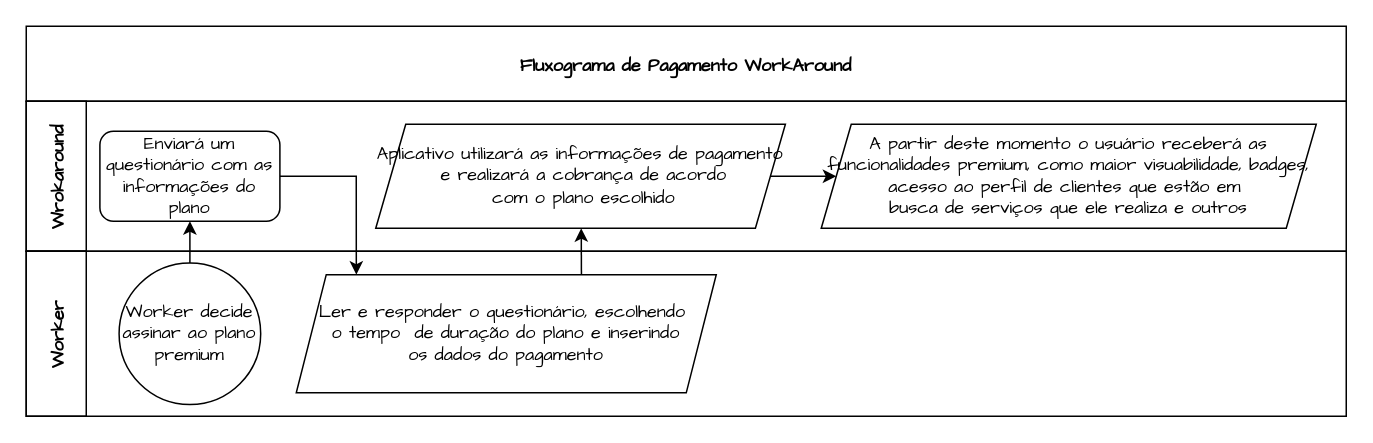
Earlier version of the draw.io diagram Fluxograma de Pagamento.drawio (vichelly/WorkAround_B2C). Source tidied: cells renumbered, new cells numbered last; positions are measured from the earlier drawing's top-left corner, leaving out a move shared by most shapes. Both pictures are drawn from the tidied source at 150%, with x=0, y=0 at pixel (26, 26).
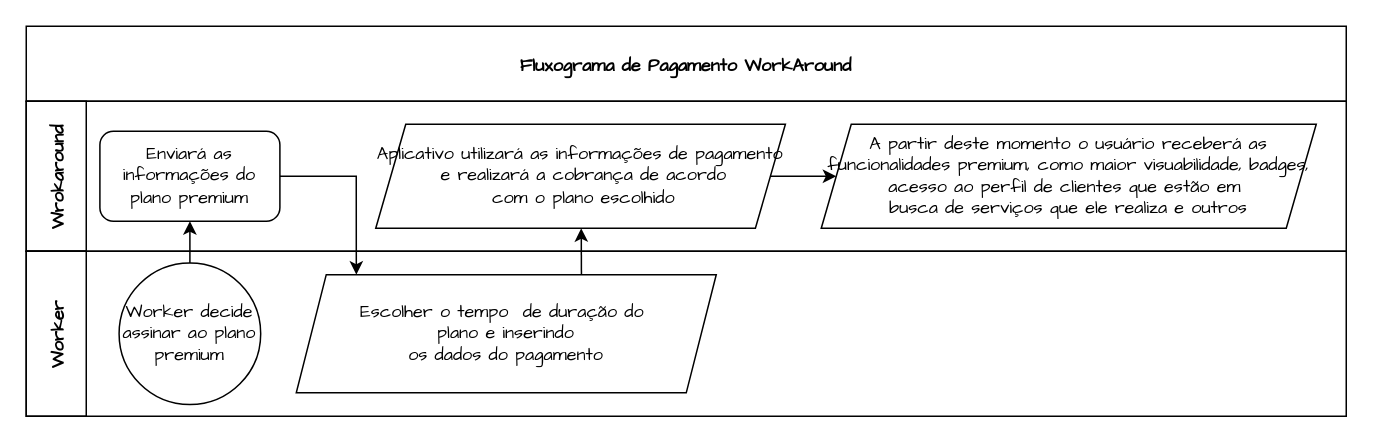
Above is the later version.

Diff of the diagram source:
```diff
@@
 <mxGraphModel>
   <root>
     <mxCell id="0" />
     <mxCell id="1" parent="0" />
     <mxCell id="2" style="rounded=0;whiteSpace=wrap;html=1;fillColor=none;fontFamily=Comic Sans MS;" parent="1" vertex="1">
       <mxGeometry y="150" width="880" height="110" as="geometry" />
     </mxCell>
     <mxCell id="3" value="Worker" style="rounded=0;fillColor=none;fontStyle=1;direction=west;horizontal=0;fontFamily=Comic Sans MS;" parent="1" vertex="1">
       <mxGeometry y="150" width="40" height="110" as="geometry" />
     </mxCell>
     <mxCell id="4" style="rounded=0;whiteSpace=wrap;html=1;fillColor=none;fontFamily=Comic Sans MS;" parent="1" vertex="1">
       <mxGeometry y="50" width="880" height="100" as="geometry" />
     </mxCell>
     <mxCell id="5" value="Wrokaround" style="rounded=0;fillColor=none;fontStyle=1;direction=west;horizontal=0;fontFamily=Comic Sans MS;" parent="1" vertex="1">
       <mxGeometry y="50" width="40" height="100" as="geometry" />
     </mxCell>
     <mxCell id="6" value="Fluxograma de Pagamento WorkAround" style="rounded=0;fillColor=none;fontStyle=1;fontFamily=Comic Sans MS;" parent="1" vertex="1">
       <mxGeometry width="880" height="50" as="geometry" />
     </mxCell>
     <mxCell id="7" style="edgeStyle=orthogonalEdgeStyle;rounded=0;jettySize=auto;html=1;entryX=0;entryY=0.5;entryDx=0;entryDy=0;" parent="1" edge="1" source="8" target="15">
       <mxGeometry relative="1" as="geometry" />
     </mxCell>
     <mxCell id="8" value="Aplicativo utilizará as informações&amp;nbsp;&lt;span style=&quot;background-color: initial;&quot;&gt;de pagamento&lt;/span&gt;&lt;div&gt;&lt;span style=&quot;background-color: initial;&quot;&gt;&amp;nbsp;e realizará&amp;nbsp;&lt;/span&gt;&lt;span style=&quot;background-color: initial;&quot;&gt;a cobrança de acordo&lt;/span&gt;&lt;div&gt;&lt;span style=&quot;background-color: initial;&quot;&gt;&amp;nbsp;com o plano escolhido&lt;/span&gt;&lt;/div&gt;&lt;/div&gt;" style="shape=parallelogram;perimeter=parallelogramPerimeter;whiteSpace=wrap;html=1;fixedSize=1;fontFamily=Comic Sans MS;" parent="1" vertex="1">
       <mxGeometry x="233" y="65.3" width="273.1" height="69.4" as="geometry" />
     </mxCell>
     <mxCell id="9" style="edgeStyle=orthogonalEdgeStyle;rounded=0;jettySize=auto;html=1;entryX=0.143;entryY=0;entryDx=0;entryDy=0;entryPerimeter=0;" parent="1" edge="1" source="10" target="13">
       <mxGeometry relative="1" as="geometry">
         <Array as="points">
           <mxPoint x="220" y="100" />
         </Array>
       </mxGeometry>
     </mxCell>
-    <mxCell id="10" value="Enviará um questionário com as informações do plano" style="rounded=1;whiteSpace=wrap;html=1;fontFamily=Comic Sans MS;" parent="1" vertex="1">
+    <mxCell id="10" value="Enviará as informações do plano premium" style="rounded=1;whiteSpace=wrap;html=1;fontFamily=Comic Sans MS;" parent="1" vertex="1">
       <mxGeometry x="49.1" y="70" width="120" height="60" as="geometry" />
     </mxCell>
     <mxCell id="11" style="edgeStyle=orthogonalEdgeStyle;rounded=0;jettySize=auto;html=1;entryX=0.5;entryY=1;entryDx=0;entryDy=0;" parent="1" edge="1" source="12" target="10">
       <mxGeometry relative="1" as="geometry" />
     </mxCell>
     <mxCell id="12" value="Worker decide assinar ao plano premium" style="ellipse;whiteSpace=wrap;html=1;fontFamily=Comic Sans MS;" parent="1" vertex="1">
       <mxGeometry x="61.9" y="157.8" width="94.4" height="94.4" as="geometry" />
     </mxCell>
-    <mxCell id="13" value="Ler e responder o questionário, escolhendo&amp;nbsp;&lt;div&gt;o tempo&amp;nbsp;&amp;nbsp;&lt;span style=&quot;background-color: initial;&quot;&gt;de duração do plano e inserindo&lt;/span&gt;&lt;div&gt;&amp;nbsp;os dados do pagamento&amp;nbsp;&lt;/div&gt;&lt;/div&gt;" style="shape=parallelogram;perimeter=parallelogramPerimeter;whiteSpace=wrap;html=1;fixedSize=1;fontFamily=Comic Sans MS;" parent="1" vertex="1">
+    <mxCell id="13" value="Escolher&amp;nbsp;&lt;span style=&quot;background-color: initial;&quot;&gt;o tempo&amp;nbsp;&amp;nbsp;&lt;/span&gt;&lt;span style=&quot;background-color: initial;&quot;&gt;de duração do&amp;nbsp;&lt;/span&gt;&lt;div&gt;&lt;span style=&quot;background-color: initial;&quot;&gt;plano e inserindo&lt;/span&gt;&lt;div&gt;&lt;div&gt;&amp;nbsp;os dados do pagamento&amp;nbsp;&lt;/div&gt;&lt;/div&gt;&lt;/div&gt;" style="shape=parallelogram;perimeter=parallelogramPerimeter;whiteSpace=wrap;html=1;fixedSize=1;fontFamily=Comic Sans MS;" parent="1" vertex="1">
       <mxGeometry x="180" y="165.6" width="280" height="78.8" as="geometry" />
     </mxCell>
     <mxCell id="14" style="edgeStyle=orthogonalEdgeStyle;rounded=0;jettySize=auto;html=1;exitX=0.679;exitY=0.003;exitDx=0;exitDy=0;exitPerimeter=0;" parent="1" edge="1" source="13">
       <mxGeometry relative="1" as="geometry">
         <mxPoint x="370" y="134.7" as="targetPoint" />
       </mxGeometry>
     </mxCell>
     <mxCell id="15" value="A partir deste momento o usuário receberá as funcionalidades premium, como maior visuabilidade, badges, acesso ao perfil de clientes que estão em&amp;nbsp;&lt;div&gt;busca&amp;nbsp;&lt;span style=&quot;background-color: initial;&quot;&gt;de serviços que ele realiza e outros&lt;/span&gt;&lt;/div&gt;" style="shape=parallelogram;perimeter=parallelogramPerimeter;whiteSpace=wrap;html=1;fixedSize=1;fontFamily=Comic Sans MS;" parent="1" vertex="1">
       <mxGeometry x="530" y="65.3" width="330" height="69.4" as="geometry" />
     </mxCell>
   </root>
 </mxGraphModel>
```
